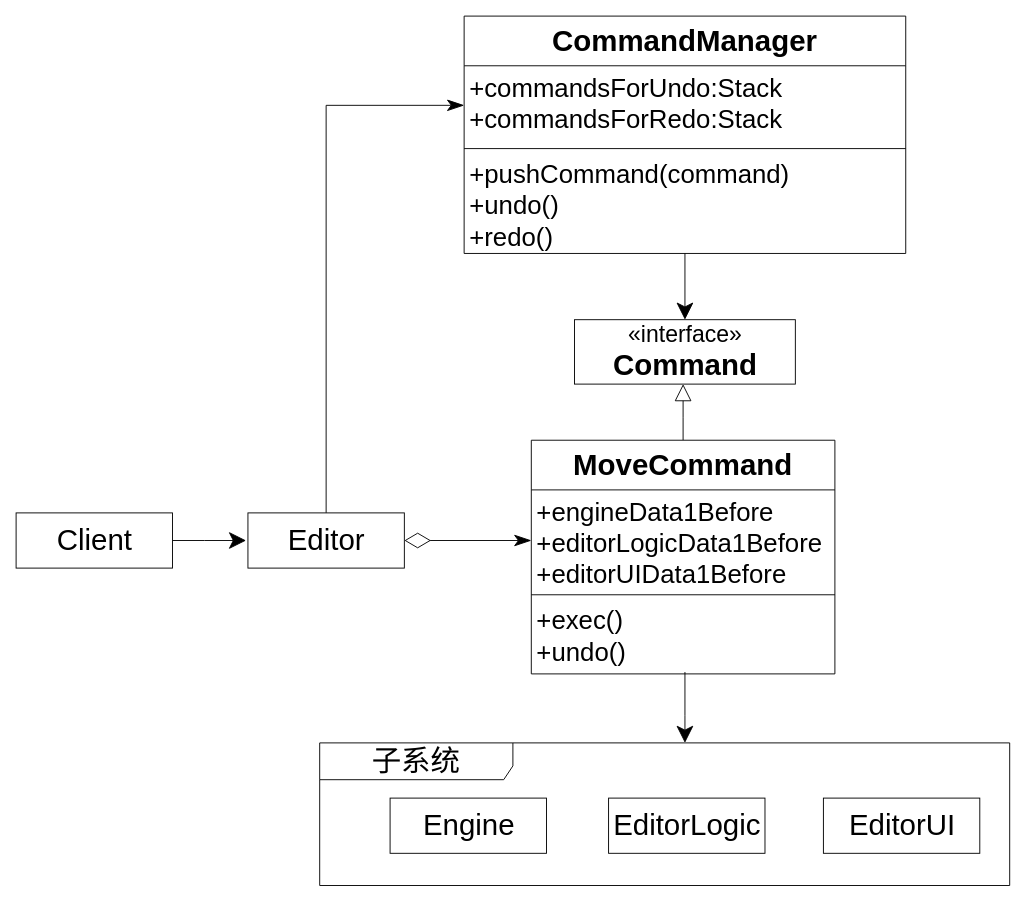
yyc-git/3DProgramPattern keeps this draw.io diagram as packages/撤销重做模式/story_before/UML.drawio. Above is the earlier version. Source tidied: cells renumbered, new cells numbered last; positions are measured from the earlier drawing's top-left corner, leaving out a move shared by most shapes. Both pictures are drawn from the tidied source at 92%, with x=0, y=0 at pixel (16, 16).
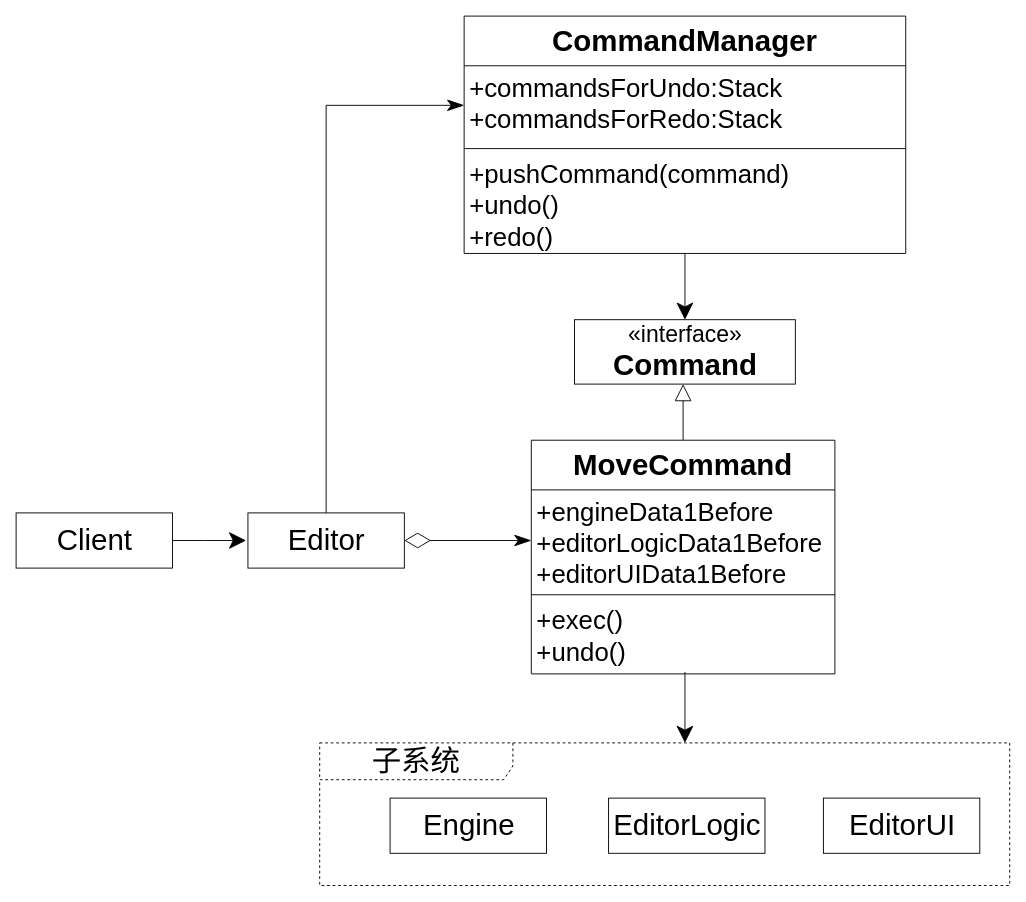
Above is the later version.

Change to the diagram source:
```diff
@@
-    <mxCell id="2" value="&lt;font style=&quot;font-size: 32px&quot;&gt;子系统&lt;/font&gt;" style="shape=umlFrame;whiteSpace=wrap;html=1;width=210;height=40;fontSize=32;" parent="1" vertex="1">
+    <mxCell id="2" value="&lt;font style=&quot;font-size: 32px&quot;&gt;子系统&lt;/font&gt;" style="shape=umlFrame;whiteSpace=wrap;html=1;width=210;height=40;fontSize=32;dashed=1;" parent="1" vertex="1">
       <mxGeometry x="330" y="790" width="750" height="155" as="geometry" />
     </mxCell>
```
